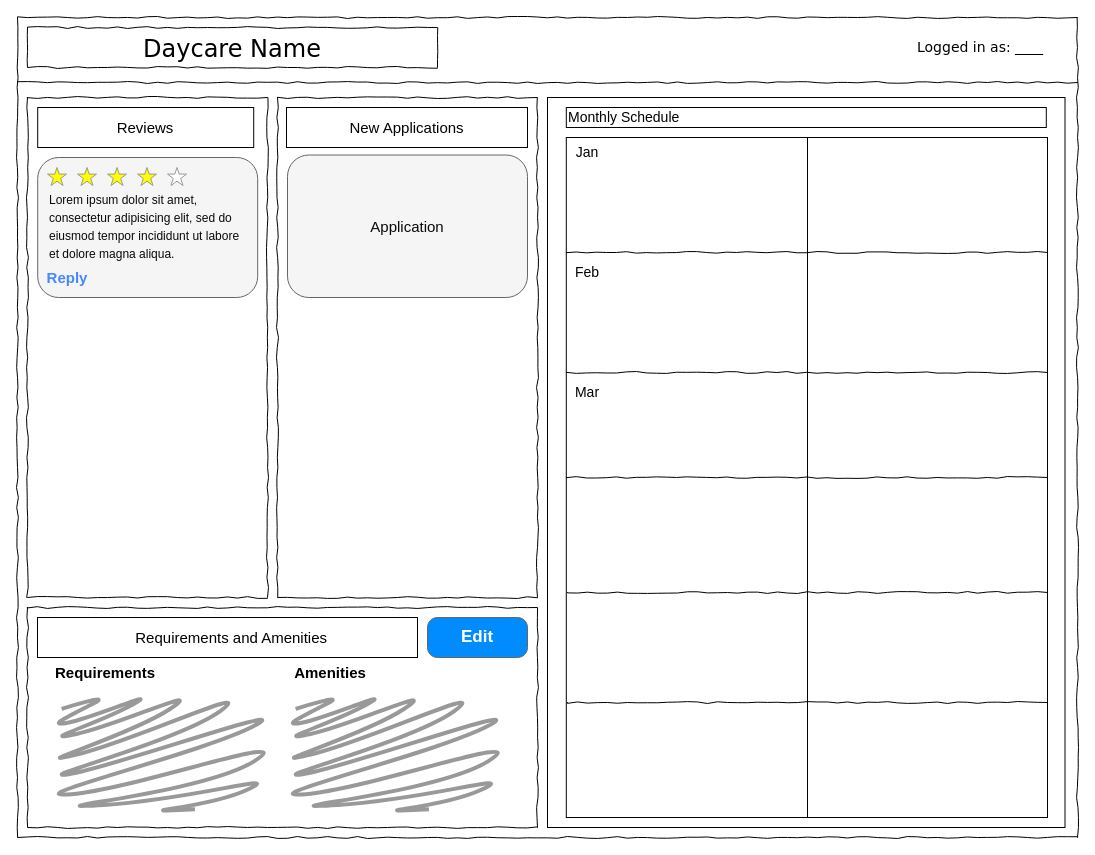
Earlier version of the draw.io diagram daycare-end.drawio (brianaendanawas/drawio-templates). Source tidied: cells renumbered, new cells numbered last; positions are measured from the earlier drawing's top-left corner, leaving out a move shared by most shapes. Both pictures are drawn from the tidied source at 100%, with x=0, y=0 at pixel (17, 17).
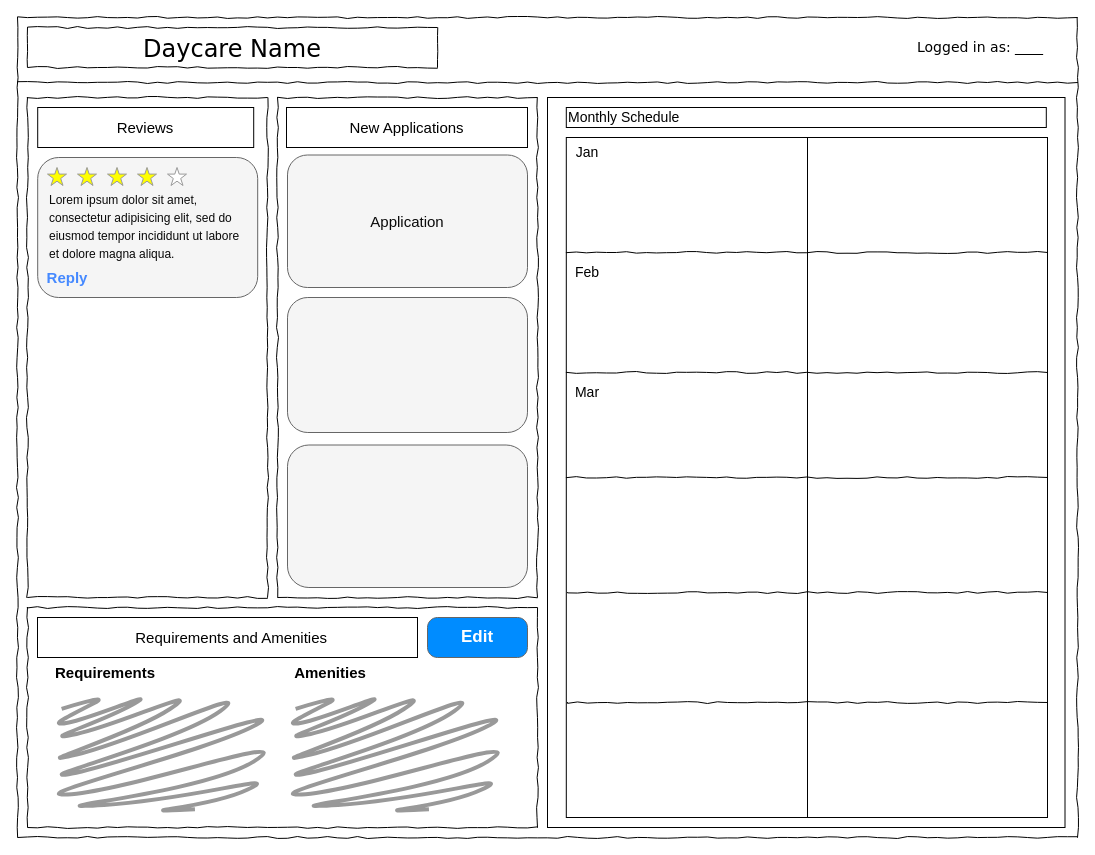
The same diagram, later.

Diff of the diagram source:
```diff
@@
     <mxCell id="33" style="rounded=1;whiteSpace=wrap;html=1;fontSize=15;fillColor=#f5f5f5;fontColor=#333333;strokeColor=#666666;" parent="1" vertex="1">
-      <mxGeometry x="270" y="137.5" width="240" height="142.5" as="geometry" />
+      <mxGeometry x="270" y="137.5" width="240" height="132.5" as="geometry" />
     </mxCell>
     <mxCell id="34" value="Application" style="text;html=1;strokeColor=none;fillColor=none;align=center;verticalAlign=middle;whiteSpace=wrap;rounded=0;fontSize=15;fontColor=#0A0A0A;" parent="1" vertex="1">
-      <mxGeometry x="360" y="193.8" width="60" height="30" as="geometry" />
+      <mxGeometry x="360" y="188.8" width="60" height="30" as="geometry" />
     </mxCell>
+    <mxCell id="35" style="rounded=1;whiteSpace=wrap;html=1;fontSize=15;fillColor=#f5f5f5;fontColor=#333333;strokeColor=#666666;" parent="1" vertex="1">
+      <mxGeometry x="270" y="280" width="240" height="135" as="geometry" />
+    </mxCell>
+    <mxCell id="36" style="rounded=1;whiteSpace=wrap;html=1;fontSize=15;fillColor=#f5f5f5;fontColor=#333333;strokeColor=#666666;" parent="1" vertex="1">
+      <mxGeometry x="270" y="427.5" width="240" height="142.5" as="geometry" />
+    </mxCell>
```
